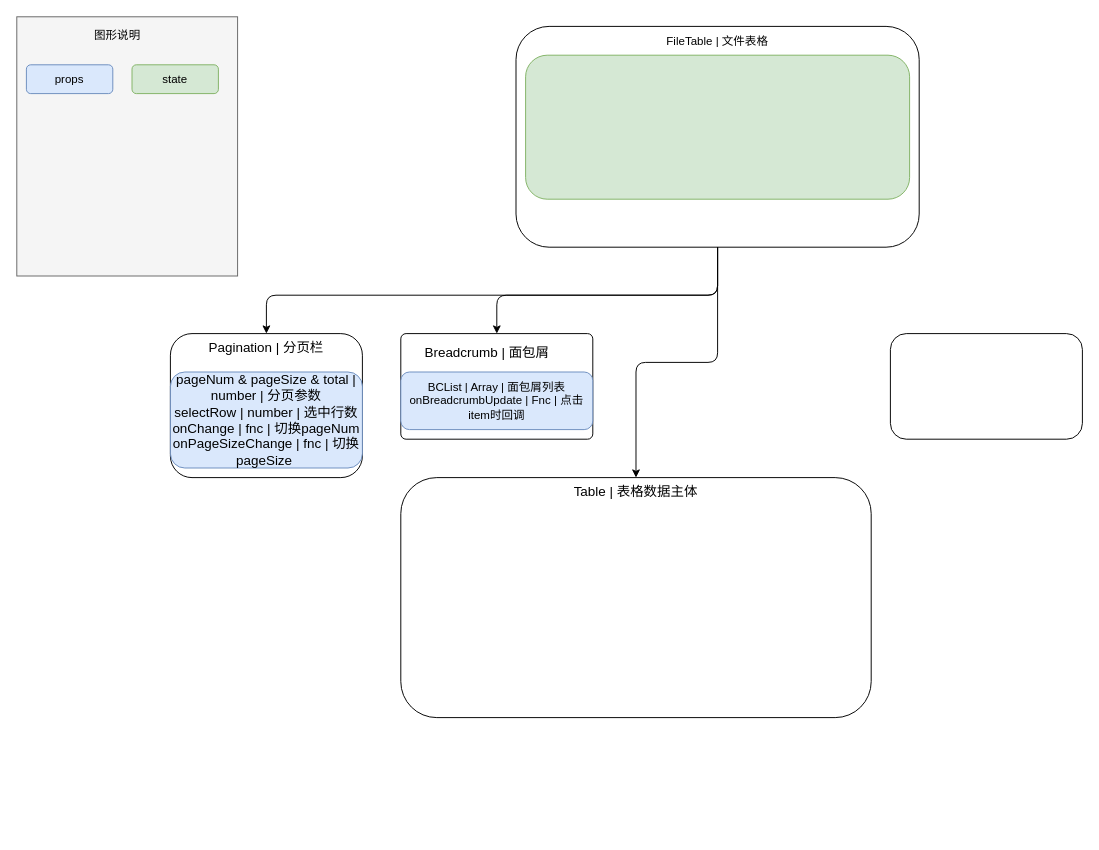
Earlier version of the draw.io diagram 软件架构设计/react-table组件.drawio (lemonc747/FrontEndNotes). Source tidied: cells renumbered, new cells numbered last; positions are measured from the earlier drawing's top-left corner, leaving out a move shared by most shapes. Both pictures are drawn from the tidied source at 96%, with x=0, y=0 at pixel (16, 16).
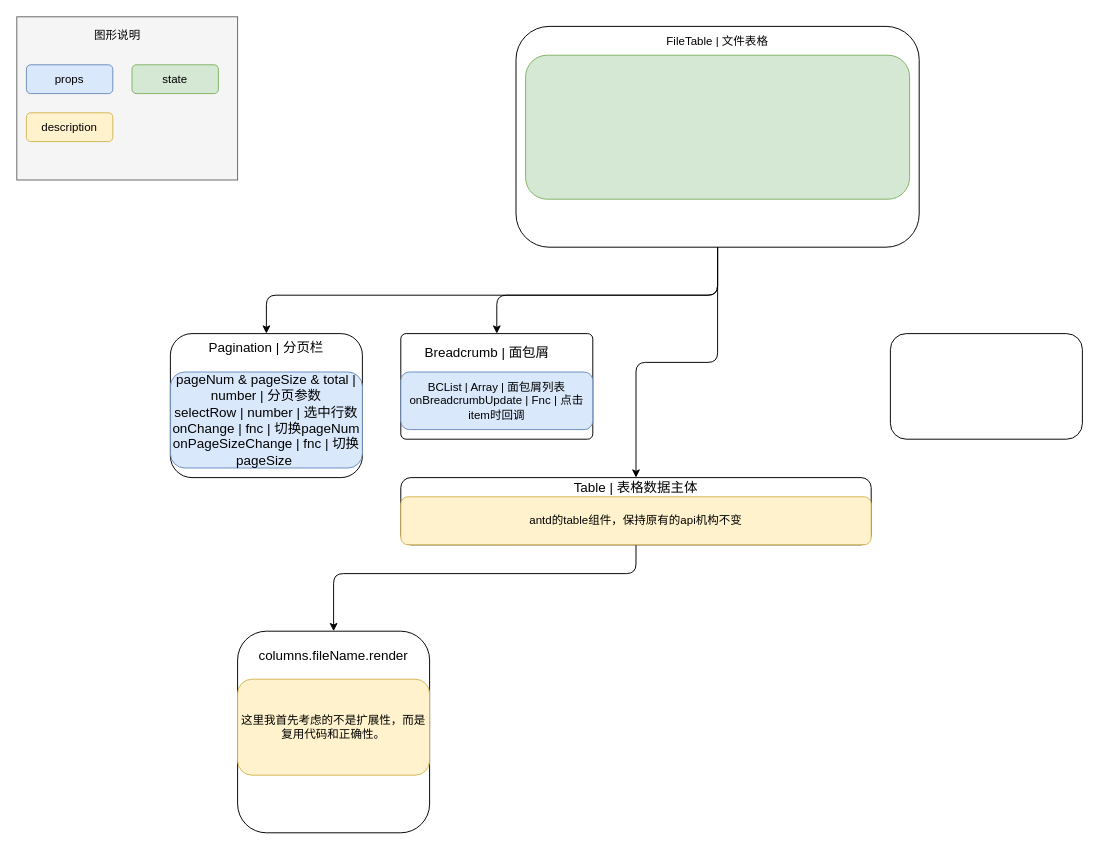
After the change.

The edit, as a diff of the source:
```diff
@@
     <mxCell id="3" style="rounded=0;whiteSpace=wrap;html=1;fillColor=#f5f5f5;strokeColor=#666666;fontColor=#333333;" parent="1" vertex="1">
-      <mxGeometry width="230" height="270" as="geometry" />
+      <mxGeometry width="230" height="170" as="geometry" />
     </mxCell>
@@
     <mxCell id="13" style="rounded=1;whiteSpace=wrap;html=1;" parent="1" vertex="1">
-      <mxGeometry x="400" y="480" width="490" height="250" as="geometry" />
+      <mxGeometry x="400" y="480" width="490" height="70" as="geometry" />
     </mxCell>
     <mxCell id="14" value="Table | 表格数据主体" style="text;html=1;strokeColor=none;fillColor=none;align=center;verticalAlign=middle;whiteSpace=wrap;rounded=0;fontSize=14;" parent="1" vertex="1">
-      <mxGeometry x="545" y="480" width="200" height="30" as="geometry" />
+      <mxGeometry x="545" y="480" width="200" height="20" as="geometry" />
     </mxCell>
@@
+    <mxCell id="21" style="edgeStyle=elbowEdgeStyle;elbow=vertical;endArrow=classic;html=1;exitX=0.5;exitY=1;exitDx=0;exitDy=0;entryX=0.5;entryY=0;entryDx=0;entryDy=0;" parent="1" edge="1" source="13" target="22">
+      <mxGeometry relative="1" as="geometry">
+        <Array as="points">
+          <mxPoint x="490" y="580" />
+        </Array>
+      </mxGeometry>
+    </mxCell>
+    <mxCell id="22" style="rounded=1;whiteSpace=wrap;html=1;" parent="1" vertex="1">
+      <mxGeometry x="230" y="640" width="200" height="210" as="geometry" />
+    </mxCell>
+    <mxCell id="23" value="columns.fileName.render" style="text;html=1;strokeColor=none;fillColor=none;align=center;verticalAlign=middle;whiteSpace=wrap;rounded=0;fontSize=14;" parent="1" vertex="1">
+      <mxGeometry x="230" y="650" width="200" height="30" as="geometry" />
+    </mxCell>
+    <mxCell id="24" value="description" style="rounded=1;whiteSpace=wrap;html=1;fillColor=#fff2cc;strokeColor=#d6b656;" parent="1" vertex="1">
+      <mxGeometry x="10" y="100" width="90" height="30" as="geometry" />
+    </mxCell>
+    <mxCell id="25" value="这里我首先考虑的不是扩展性，而是复用代码和正确性。" style="rounded=1;whiteSpace=wrap;html=1;fillColor=#fff2cc;strokeColor=#d6b656;" parent="1" vertex="1">
+      <mxGeometry x="230" y="690" width="200" height="100" as="geometry" />
+    </mxCell>
+    <mxCell id="26" value="antd的table组件，保持原有的api机构不变" style="rounded=1;whiteSpace=wrap;html=1;fillColor=#fff2cc;strokeColor=#d6b656;" parent="1" vertex="1">
+      <mxGeometry x="400" y="500" width="490" height="50" as="geometry" />
+    </mxCell>
```
